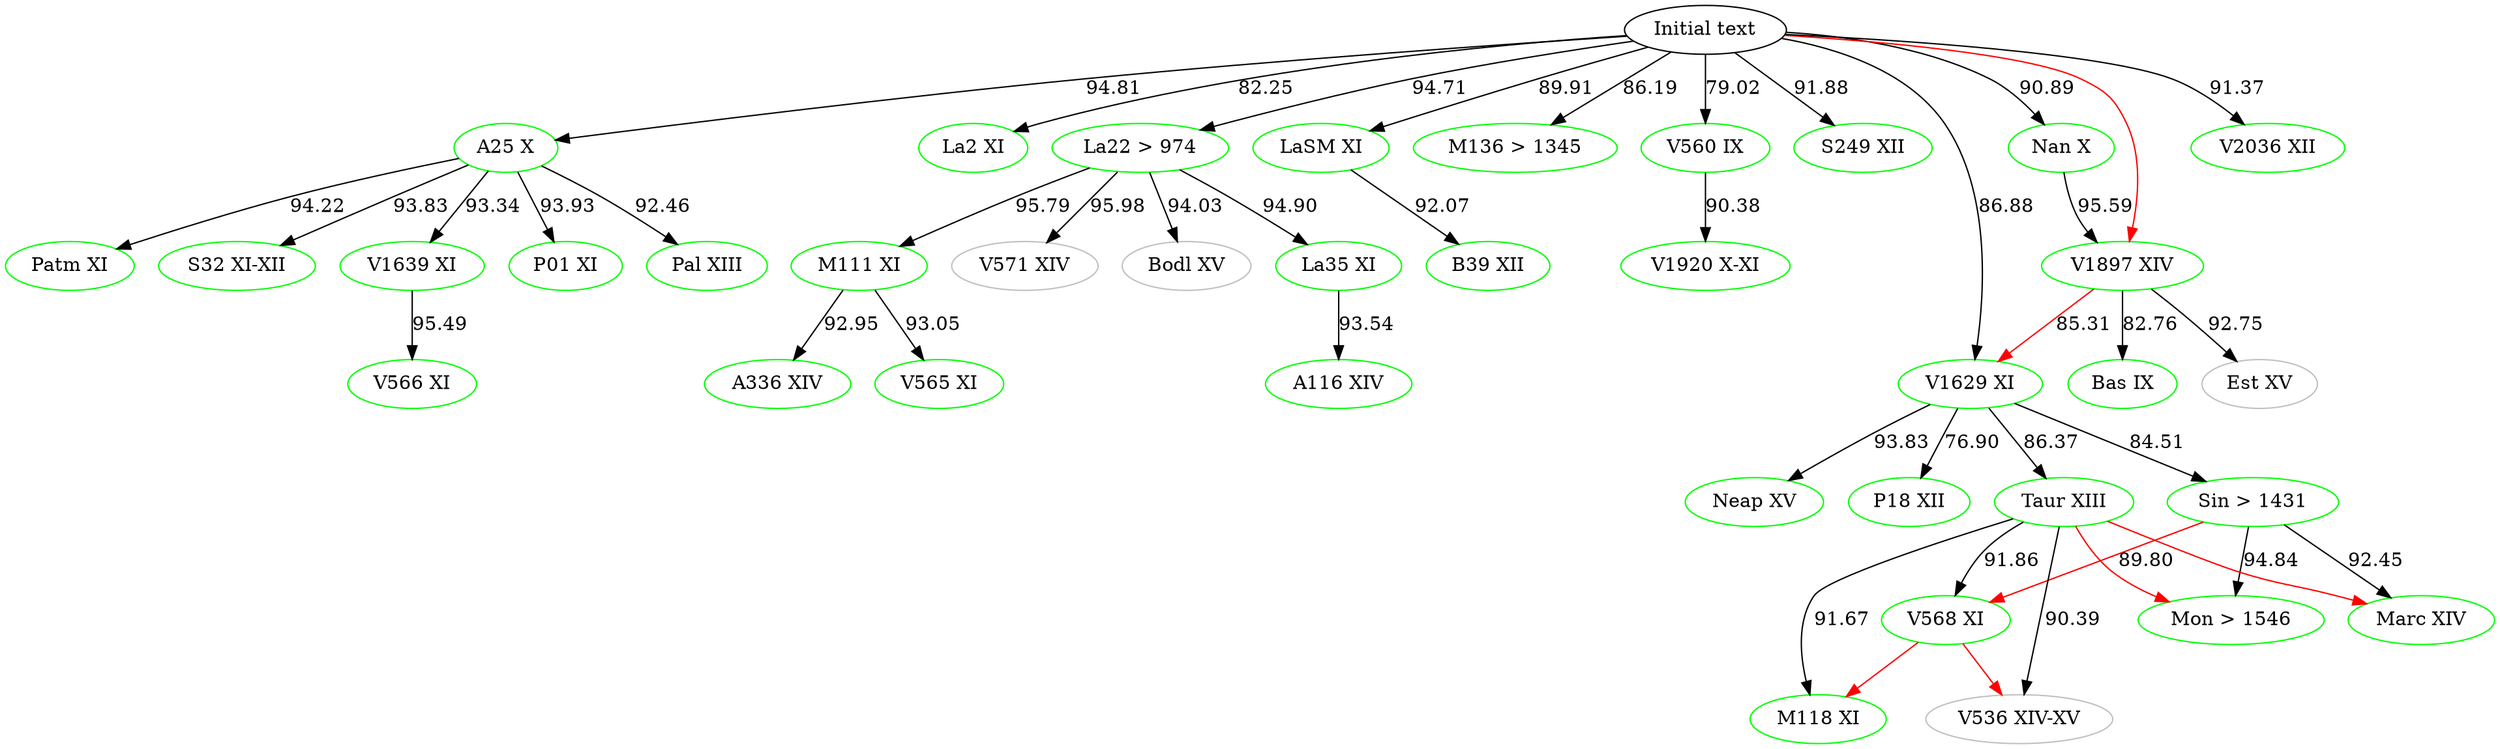
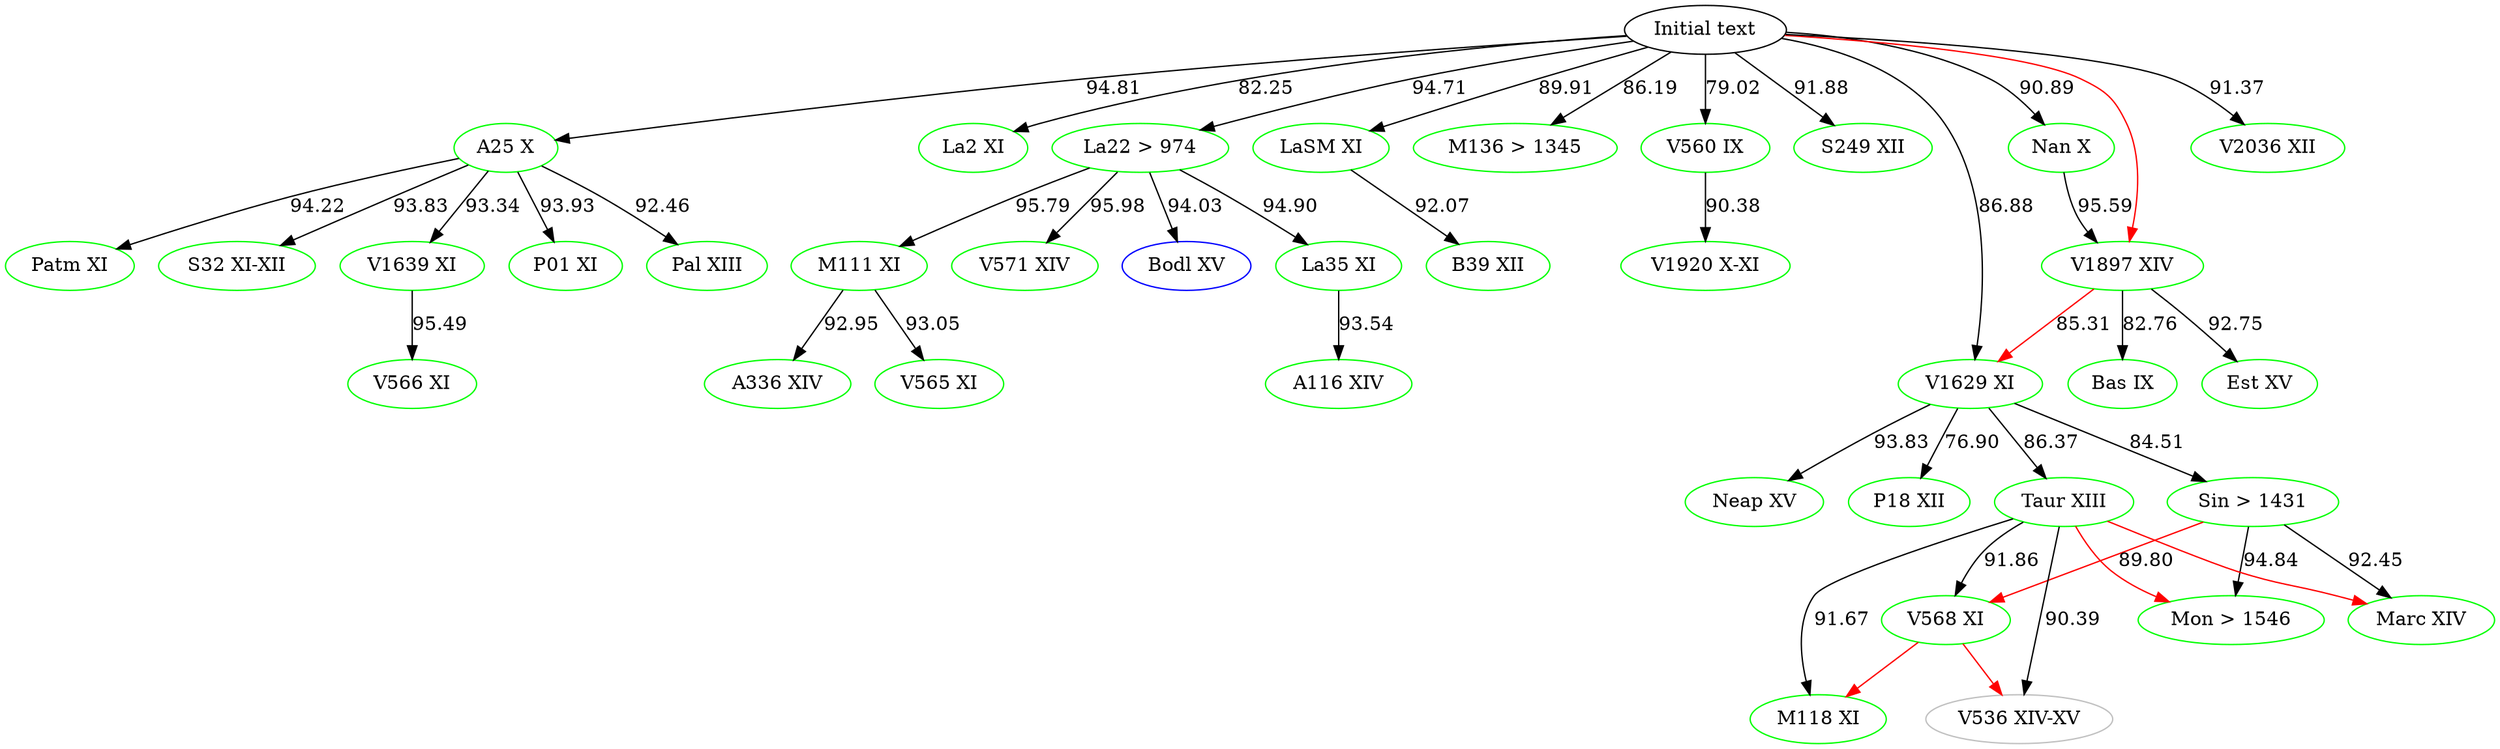
digraph {

    #Top [color="black", label="ω"]
    aBase [color="black", label="Initial text"]
    # Top [color="black", label="Initial text"]
	A116 [label="A116 XIV", color="green"]
	A25 [label="A25 X", color="green"]
	A336 [label="A336 XIV", color="green"]
	B39 [label="B39 XII", color="green"]
	Bas [label="Bas IX", color="green"]
- 	Bodl [label="Bodl XV", color="grey"]
- 	Est [label="Est XV", color="grey"]
+ 	Bodl [label="Bodl XV", color="blue"]
+ 	Est [label="Est XV", color="green"]
	La2 [label="La2 XI", color="green"]
	La22 [label="La22 > 974", color="green"]
	La35 [label="La35 XI", color="green"]
	LaSM [label="LaSM XI", color="green"]
	M111 [label="M111 XI", color="green"]
    M118 [label="M118 XI", color="green"]
    M136 [label="M136 > 1345", color="green"]
    Marc [label="Marc XIV", color="green"]
    Mon [label="Mon > 1546", color="green"]
	Nan [label="Nan X", color="green"]
    Neap [label="Neap XV", color="green"]
    P01 [label="P01 XI", color="green"]
    P18 [label="P18 XII", color="green"]
	Pal [label="Pal XIII", color="green"]
	Patm [label="Patm XI", color="green"]
    Sin [label="Sin > 1431", color="green"]
	S32 [label="S32 XI-XII", color="green"]
    S249 [label="S249 XII", color="green"]
    Taur [label="Taur XIII", color="green"]
    V536 [label="V536 XIV-XV", color="grey"]
	V560 [label="V560 IX", color="green"]
	V565 [label="V565 XI", color="green"]
	V566 [label="V566 XI", color="green"]
	V568 [label="V568 XI", color="green"]
- 	V571 [label="V571 XIV", color="grey"]
+ 	V571 [label="V571 XIV", color="green"]
    V1629 [label="V1629 XI", color="green"]
	V1639 [label="V1639 XI", color="green"]
	V1897 [label="V1897 XIV", color="green"]
	V1920 [label="V1920 X-XI", color="green"]
    V2036 [label="V2036 XII", color="green"]




    #Top -> aBase
    aBase -> A25 [label="94.81"]
    aBase -> M136 [label="86.19"]
    aBase -> V2036 [label="91.37"]
    # V2036 -> Patm [label="91.14", color="blue"]
    aBase -> V1629 [label="86.88"]
    aBase -> V560[label="79.02"]
    aBase -> La2 [label="82.25"]
    aBase -> S249 [label="91.88"]
    aBase -> LaSM [label="89.91"]
	aBase -> La22 [label="94.71"]
    aBase -> Nan [label="90.89"]

	# A25 -> M136 [label="85.50"]
    # M136 -> A25 [label="85.50" color="blue"]
	A25 -> Pal [label="92.46"]
	A25 -> P01 [label="93.93"]
    A25 -> V1639 [label="93.34"]
    A25 -> S32 [label="93.83"]
    A25 -> Patm [label="94.22"]

    #A25 -> La2 [color="red"]
    #A25 -> V566[color="red"]
    #A25 -> LaSM[color="red"]
    #A25 -> La22[color="red"]
    #A25 -> M136[color="red"]
    #A25 -> Nan[color="red"]
    #A25 -> S249[color="red"]
    #A25 -> V2036[color="red"]

    #aBase -> P01 [color="red"]
    #aBase -> Pal [color="red"]
    #aBase -> Patm [color="red"]
    #aBase -> La35[color="red"]
    #aBase -> B39[color="red"]
    #aBase -> V1920[color="red"]
    aBase -> V1897[color="red"]
    #aBase -> Neap[color="red"]

    #Bodl -> V1639[color="red"]
    #Patm -> S32[color="red"]
    #Patm -> V560[color="red"]

    #La22 -> A116[color="red"]
    #La22 -> V565[color="red"]
    #La22 -> A336[color="red"]

    Taur -> Mon[color="red"]
    Taur -> Marc[color="red"]

    Sin -> V568[label="89.80" color="red"]

    V568 -> V536[color="red"]
    V568 -> M118[color="red"]

    #V571 -> Bodl[color="red"]
    #M111 -> V571[color="red"]
    #La35 -> M111[color="red"]
    V1897 -> V1629[label="85.31" color="red"]
    #Nan -> Bas[color="red"]
    #Nan -> Est[color="red"]
    #Neap -> Taur[color="red"]
    #Neap -> Sin[color="red"]
   #Neap -> P18[color="red"]




	V1639 -> V566 [label="95.49"]

	La22 -> La35 [label= "94.90"]
	La22 -> M111 [label="95.79"]
	La22 -> Bodl [label="94.03"]
    La22 -> V571 [label="95.98"]

	La35 -> A116 [label="93.54"]

	M111 -> V565 [label="93.05"]
	M111 -> A336 [label="92.95"]



	Sin -> Marc [label="92.45"]

	V1629 -> Neap [label="93.83"]
	V1629 -> Sin [label="84.51"]
	V1629 -> Taur [label="86.37"]
    V1629 -> P18 [label="76.90"]

	Taur -> V568 [label="91.86"]
	Taur -> M118 [label="91.67"]
	Taur -> V536 [label="90.39"]
    # Taur -> Marc [color="blue" label="91.96"]
    # Marc -> Mon [color="blue" label="94.12"]
	Sin -> Mon [label="94.84"]

	V560 -> V1920 [label="90.38"]

	V1897 -> Est [label="92.75"]
    V1897 -> Bas [label="82.76"]

    Nan -> V1897 [label="95.59"]



    LaSM -> B39 [label="92.07"]



}

